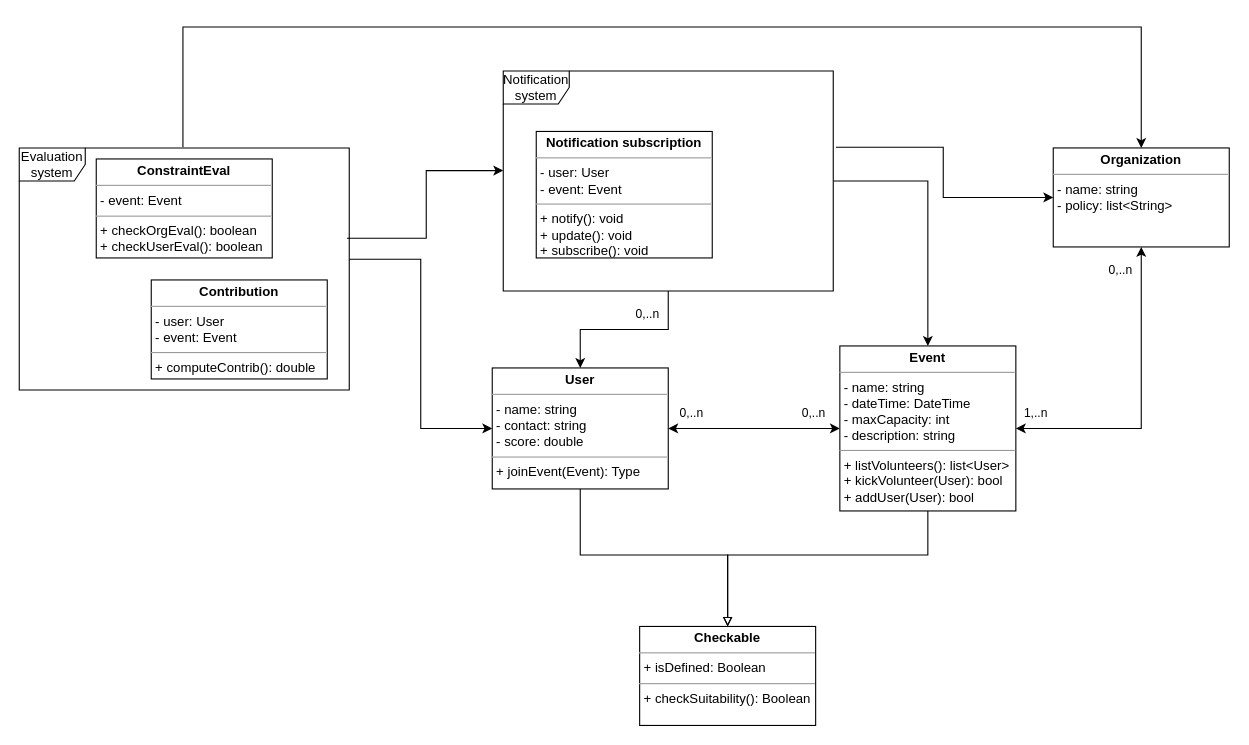
Before: project/UMLproject.drawio in josura/HCI, a draw.io diagram. Source tidied: cells renumbered, new cells numbered last; positions are measured from the earlier drawing's top-left corner, leaving out a move shared by most shapes. Both pictures are drawn from the tidied source at 110%, with x=0, y=0 at pixel (19, 26).
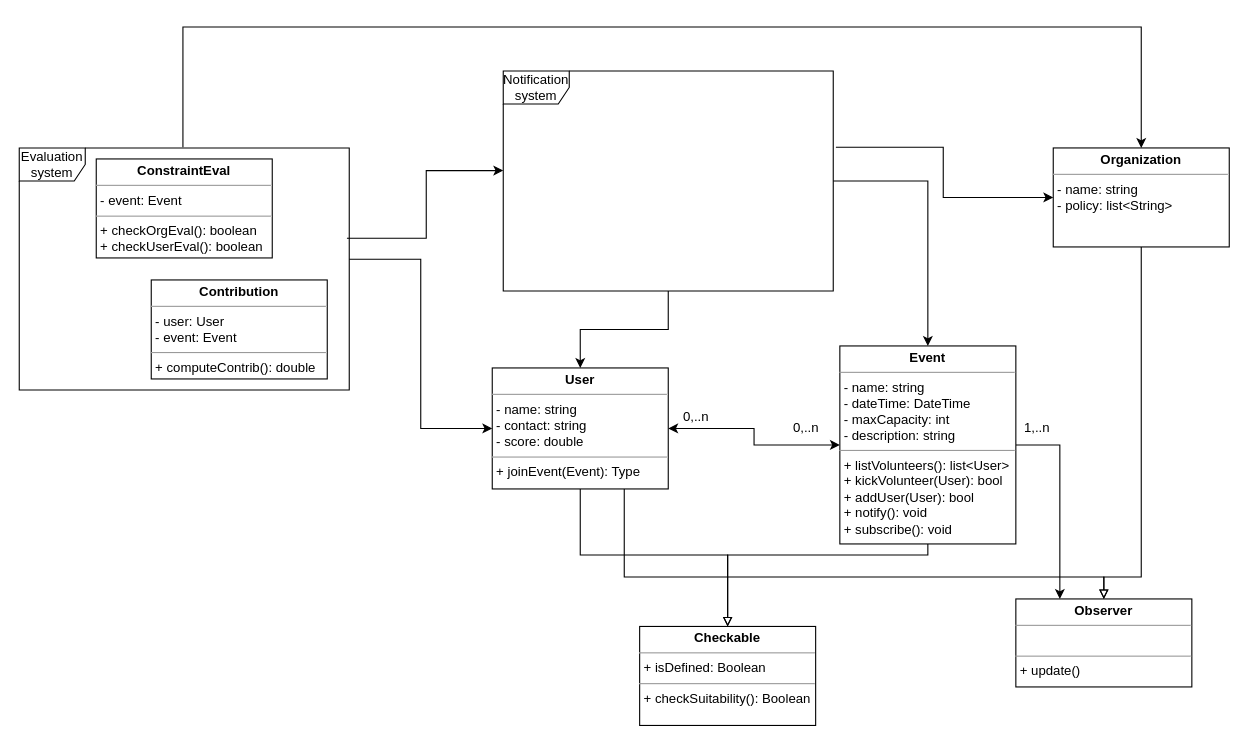
Above is the later version.

Unchanged cells that the change refers to:
```xml
<mxCell id="3" value="&lt;p style=&quot;margin:0px;margin-top:4px;text-align:center;&quot;&gt;&lt;b&gt;User&lt;/b&gt;&lt;/p&gt;&lt;hr size=&quot;1&quot;&gt;&lt;p style=&quot;margin:0px;margin-left:4px;&quot;&gt;- name: string&lt;/p&gt;&lt;p style=&quot;margin:0px;margin-left:4px;&quot;&gt;- contact: string&lt;br&gt;&lt;/p&gt;&lt;p style=&quot;margin:0px;margin-left:4px;&quot;&gt;- score: double&lt;br&gt;&lt;/p&gt;&lt;hr size=&quot;1&quot;&gt;&lt;p style=&quot;margin:0px;margin-left:4px;&quot;&gt;+ joinEvent(Event): Type&lt;/p&gt;" style="verticalAlign=top;align=left;overflow=fill;fontSize=12;fontFamily=Helvetica;html=1;whiteSpace=wrap;" parent="1" vertex="1">
  <mxGeometry x="430" y="310" width="160" height="110" as="geometry" />
</mxCell>
<mxCell id="14" value="&lt;p style=&quot;margin:0px;margin-top:4px;text-align:center;&quot;&gt;&lt;b&gt;Organization&lt;/b&gt;&lt;/p&gt;&lt;hr size=&quot;1&quot;&gt;&lt;p style=&quot;margin:0px;margin-left:4px;&quot;&gt;- name: string&lt;/p&gt;&lt;p style=&quot;margin:0px;margin-left:4px;&quot;&gt;- policy: list&amp;lt;String&amp;gt;&lt;/p&gt;" style="verticalAlign=top;align=left;overflow=fill;fontSize=12;fontFamily=Helvetica;html=1;whiteSpace=wrap;" parent="1" vertex="1">
  <mxGeometry x="940" y="110" width="160" height="90" as="geometry" />
</mxCell>
```

What changed in the source:
```diff
@@
+    <mxCell id="26" style="edgeStyle=orthogonalEdgeStyle;rounded=0;jettySize=auto;html=1;exitX=1;exitY=0.5;exitDx=0;exitDy=0;entryX=0.25;entryY=0;entryDx=0;entryDy=0;" parent="1" edge="1" source="12" target="27">
+      <mxGeometry relative="1" as="geometry" />
+    </mxCell>
-    <mxCell id="5" style="edgeStyle=orthogonalEdgeStyle;rounded=0;jettySize=auto;html=1;exitX=0;exitY=0.5;exitDx=0;exitDy=0;startArrow=classic;startFill=1;" parent="1" edge="1" source="12" target="3">
+    <mxCell id="5" style="edgeStyle=orthogonalEdgeStyle;rounded=0;jettySize=auto;html=1;exitX=0;exitY=0.5;exitDx=0;exitDy=0;entryX=1;entryY=0.5;entryDx=0;entryDy=0;startArrow=classic;startFill=1;" parent="1" edge="1" source="12" target="3">
       <mxGeometry relative="1" as="geometry" />
     </mxCell>
-    <mxCell id="6" value="0,..n" style="edgeLabel;html=1;align=center;verticalAlign=middle;" parent="5" vertex="1">
-      <mxGeometry x="-0.24" y="-1" relative="1" as="geometry">
-        <mxPoint x="34" y="-14" as="offset" />
-      </mxGeometry>
-    </mxCell>
-    <mxCell id="7" value="0,..n" style="edgeLabel;html=1;align=center;verticalAlign=middle;" parent="5" vertex="1">
-      <mxGeometry x="-0.24" y="-1" relative="1" as="geometry">
-        <mxPoint x="-77" y="-14" as="offset" />
-      </mxGeometry>
-    </mxCell>
-    <mxCell id="8" value="0,..n" style="edgeLabel;html=1;align=center;verticalAlign=middle;" parent="5" vertex="1">
-      <mxGeometry x="-0.24" y="-1" relative="1" as="geometry">
-        <mxPoint x="-117" y="-104" as="offset" />
-      </mxGeometry>
-    </mxCell>
-    <mxCell id="9" style="edgeStyle=orthogonalEdgeStyle;rounded=0;jettySize=auto;html=1;exitX=1;exitY=0.5;exitDx=0;exitDy=0;entryX=0.5;entryY=1;entryDx=0;entryDy=0;startArrow=classic;startFill=1;" parent="1" edge="1" source="12" target="14">
-      <mxGeometry relative="1" as="geometry" />
-    </mxCell>
-    <mxCell id="10" value="1,..n" style="edgeLabel;html=1;align=center;verticalAlign=middle;" parent="9" vertex="1">
-      <mxGeometry x="-0.88" y="2" relative="1" as="geometry">
-        <mxPoint y="-13" as="offset" />
-      </mxGeometry>
-    </mxCell>
-    <mxCell id="11" value="0,..n" style="edgeLabel;html=1;align=center;verticalAlign=middle;" parent="9" vertex="1">
-      <mxGeometry x="-0.88" y="2" relative="1" as="geometry">
-        <mxPoint x="77" y="-143" as="offset" />
-      </mxGeometry>
-    </mxCell>
-    <mxCell id="12" value="&lt;p style=&quot;margin:0px;margin-top:4px;text-align:center;&quot;&gt;&lt;b&gt;Event&lt;/b&gt;&lt;/p&gt;&lt;hr size=&quot;1&quot;&gt;&lt;p style=&quot;margin:0px;margin-left:4px;&quot;&gt;- name: string&lt;/p&gt;&lt;p style=&quot;margin:0px;margin-left:4px;&quot;&gt;- dateTime: DateTime&lt;br&gt;&lt;/p&gt;&lt;p style=&quot;margin:0px;margin-left:4px;&quot;&gt;- maxCapacity: int&lt;br&gt;&lt;/p&gt;&lt;p style=&quot;margin:0px;margin-left:4px;&quot;&gt;- description: string&lt;/p&gt;&lt;hr size=&quot;1&quot;&gt;&lt;p style=&quot;margin:0px;margin-left:4px;&quot;&gt;+ listVolunteers(): list&amp;lt;User&amp;gt;&lt;/p&gt;&lt;p style=&quot;margin:0px;margin-left:4px;&quot;&gt;+ kickVolunteer(User): bool&lt;/p&gt;&lt;p style=&quot;margin:0px;margin-left:4px;&quot;&gt;+ addUser(User): bool&lt;/p&gt;" style="verticalAlign=top;align=left;overflow=fill;fontSize=12;fontFamily=Helvetica;html=1;whiteSpace=wrap;" parent="1" vertex="1">
-      <mxGeometry x="746" y="290" width="160" height="150" as="geometry" />
+    <mxCell id="12" value="&lt;p style=&quot;margin:0px;margin-top:4px;text-align:center;&quot;&gt;&lt;b&gt;Event&lt;/b&gt;&lt;/p&gt;&lt;hr size=&quot;1&quot;&gt;&lt;p style=&quot;margin:0px;margin-left:4px;&quot;&gt;- name: string&lt;/p&gt;&lt;p style=&quot;margin:0px;margin-left:4px;&quot;&gt;- dateTime: DateTime&lt;br&gt;&lt;/p&gt;&lt;p style=&quot;margin:0px;margin-left:4px;&quot;&gt;- maxCapacity: int&lt;br&gt;&lt;/p&gt;&lt;p style=&quot;margin:0px;margin-left:4px;&quot;&gt;- description: string&lt;/p&gt;&lt;hr size=&quot;1&quot;&gt;&lt;p style=&quot;margin:0px;margin-left:4px;&quot;&gt;+ listVolunteers(): list&amp;lt;User&amp;gt;&lt;/p&gt;&lt;p style=&quot;margin:0px;margin-left:4px;&quot;&gt;+ kickVolunteer(User): bool&lt;/p&gt;&lt;p style=&quot;margin:0px;margin-left:4px;&quot;&gt;+ addUser(User): bool&lt;/p&gt;&lt;p style=&quot;border-color: var(--border-color); margin: 0px 0px 0px 4px;&quot;&gt;+ notify(): void&lt;/p&gt;&lt;p style=&quot;border-color: var(--border-color); margin: 0px 0px 0px 4px;&quot;&gt;+ subscribe(): void&lt;/p&gt;" style="verticalAlign=top;align=left;overflow=fill;fontSize=12;fontFamily=Helvetica;html=1;whiteSpace=wrap;" parent="1" vertex="1">
+      <mxGeometry x="746" y="290" width="160" height="180" as="geometry" />
     </mxCell>
@@
-    <mxCell id="22" value="&lt;p style=&quot;margin:0px;margin-top:4px;text-align:center;&quot;&gt;&lt;b&gt;Notification subscription&lt;/b&gt;&lt;/p&gt;&lt;hr size=&quot;1&quot;&gt;&lt;p style=&quot;margin:0px;margin-left:4px;&quot;&gt;- user: User&lt;/p&gt;&lt;p style=&quot;margin:0px;margin-left:4px;&quot;&gt;- event: Event&lt;br&gt;&lt;/p&gt;&lt;hr size=&quot;1&quot;&gt;&lt;p style=&quot;margin:0px;margin-left:4px;&quot;&gt;+ notify(): void&lt;/p&gt;&lt;p style=&quot;margin:0px;margin-left:4px;&quot;&gt;+ update(): void&lt;/p&gt;&lt;p style=&quot;margin:0px;margin-left:4px;&quot;&gt;+ subscribe(): void&lt;/p&gt;" style="verticalAlign=top;align=left;overflow=fill;fontSize=12;fontFamily=Helvetica;html=1;whiteSpace=wrap;" parent="1" vertex="1">
-      <mxGeometry x="470" y="95" width="160" height="115" as="geometry" />
-    </mxCell>
@@
+    <mxCell id="27" value="&lt;p style=&quot;margin:0px;margin-top:4px;text-align:center;&quot;&gt;&lt;b&gt;Observer&lt;/b&gt;&lt;/p&gt;&lt;hr size=&quot;1&quot;&gt;&lt;p style=&quot;margin:0px;margin-left:4px;&quot;&gt;&lt;br&gt;&lt;/p&gt;&lt;hr size=&quot;1&quot;&gt;&lt;p style=&quot;margin:0px;margin-left:4px;&quot;&gt;+ update()&lt;/p&gt;" style="verticalAlign=top;align=left;overflow=fill;fontSize=12;fontFamily=Helvetica;html=1;whiteSpace=wrap;" parent="1" vertex="1">
+      <mxGeometry x="906" y="520" width="160" height="80" as="geometry" />
+    </mxCell>
+    <mxCell id="28" style="edgeStyle=orthogonalEdgeStyle;rounded=0;jettySize=auto;html=1;exitX=0.5;exitY=1;exitDx=0;exitDy=0;endArrow=block;endFill=0;entryX=0.5;entryY=0;entryDx=0;entryDy=0;" parent="1" edge="1" source="14" target="27">
+      <mxGeometry relative="1" as="geometry">
+        <Array as="points">
+          <mxPoint x="1020" y="500" />
+          <mxPoint x="986" y="500" />
+        </Array>
+      </mxGeometry>
+    </mxCell>
+    <mxCell id="29" style="edgeStyle=orthogonalEdgeStyle;rounded=0;jettySize=auto;html=1;exitX=0.75;exitY=1;exitDx=0;exitDy=0;endArrow=block;endFill=0;entryX=0.5;entryY=0;entryDx=0;entryDy=0;" parent="1" edge="1" source="3" target="27">
+      <mxGeometry relative="1" as="geometry">
+        <Array as="points">
+          <mxPoint x="550" y="500" />
+          <mxPoint x="986" y="500" />
+        </Array>
+      </mxGeometry>
+    </mxCell>
+    <mxCell id="10" value="1,..n" style="text;html=1;align=center;verticalAlign=middle;strokeColor=none;fillColor=none;" parent="1" vertex="1">
+      <mxGeometry x="900" y="350" width="50" height="30" as="geometry" />
+    </mxCell>
+    <mxCell id="30" value="0,..n" style="text;html=1;align=center;verticalAlign=middle;strokeColor=none;fillColor=none;" parent="1" vertex="1">
+      <mxGeometry x="690" y="350" width="50" height="30" as="geometry" />
+    </mxCell>
+    <mxCell id="31" value="0,..n" style="text;html=1;align=center;verticalAlign=middle;strokeColor=none;fillColor=none;" parent="1" vertex="1">
+      <mxGeometry x="590" y="340" width="50" height="30" as="geometry" />
+    </mxCell>
```
